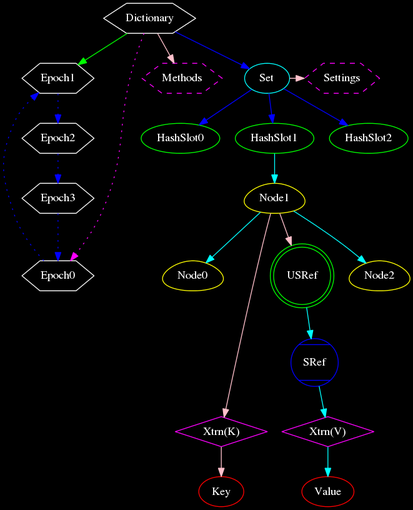
The Graphviz diagram Structures/diagram.png in exodist/GSD, before a commit. Its source is kept beside it as Structures/diagram.dot.
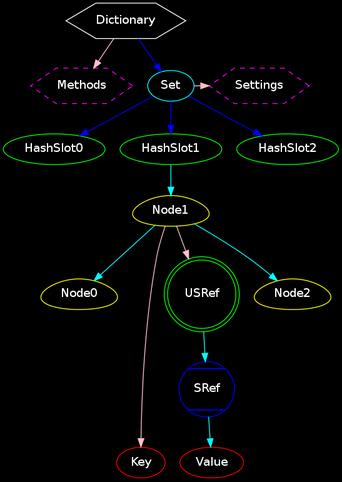
After the change.

Change to the diagram source:
```diff
@@ -4,16 +4,6 @@
     node [color=white,fontcolor=white,shape=hexagon]
 
     Dictionary [shape=hexagon]
-
-    edge [color=grey]
-
-    Dictionary->Epoch1 [color=green]
-    Dictionary->Epoch0 [style=dotted,color=magenta]
-
-    Epoch0->Epoch1 [style=dotted,color=blue]
-    Epoch1->Epoch2 [style=dotted,color=blue]
-    Epoch2->Epoch3 [style=dotted,color=blue]
-    Epoch3->Epoch0 [style=dotted,color=blue]
 
     node [color=magenta,style=dashed]
     Methods
@@ -44,27 +34,22 @@
 
     Node1 [shape=egg]
     Node0 [shape=egg]
-    XtrnA [color=magenta,shape=diamond,label="Xtrn(K)"]
     Key   [color=red]
     USRef [color=green,shape=doublecircle]
     Node2 [shape=egg]
 
     Node1->Node0
-    Node1->XtrnA [color=pink]
-    XtrnA->Key   [color=pink]
+    Node1->Key   [color=pink]
     Node1->USRef [color=pink]
     Node1->Node2
 
     SRef  [color=blue,shape=Mcircle]
-    XtrnB [color=magenta,shape=diamond,label="Xtrn(V)"]
     Value [color=red]
 
     USRef->SRef
-    SRef->XtrnB
-    XtrnB->Value
+    SRef->Value
 
     {rank=same; HashSlot0 HashSlot1 HashSlot2}
     {rank=same; Node0 Node2}
-    {rank=same; XtrnA XtrnB}
     {rank=sink; Key Value}
 }
```
